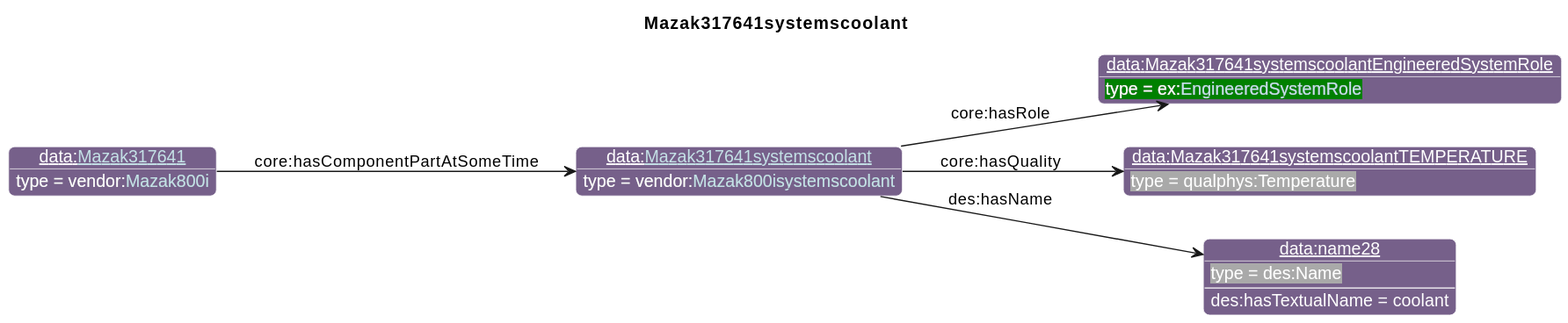
This is diagrams/Mazak317641systemscoolant.svg from iofoundry/example-syseng-mtconnect, a PlantUML export, as it was before one commit. The source it was exported from:
```plantuml
@startuml
!include ../iof.iuml

<style>
object {
  HyperlinkColor #C4E1E6
}
</style>

left to right direction
skinparam linetype polyline
title Mazak317641systemscoolant

!$default_direction = down

!$namespace_colors = { "bfo":"DFA702",
                      "iof":"1E90FF",
                      "ns":"Green",
                      "ns1":"76608A",
                      "core":"000000",
                      "ex":"Green",
                      "data":"76608A",
                      "vendor":"76608A",
                      "units":"8A2D3B",
                      "cmns-dsg":"3A0519",
                      "qp":"641B2E"
      }
individual(o0, data:[[./Mazak317641systemscoolant.html Mazak317641systemscoolant]], vendor:[[../Mazak.html#Mazak800isystemscoolant Mazak800isystemscoolant]])
individual(o1, data:Mazak317641systemscoolantEngineeredSystemRole, ex:[[../Example.html#EngineeredSystemRole EngineeredSystemRole]])
individual(o2, data:Mazak317641systemscoolantTEMPERATURE, qualphys:Temperature)
individual(o3, data:name28, des:Name)
individual(o4, data:[[./Mazak317641.html Mazak317641]], vendor:[[../Mazak.html#Mazak800i Mazak800i]])
property(o0, "core:hasRole", o1)
property(o0, "core:hasQuality", o2)
property(o0, "des:hasName", o3)
data(o3, "des:hasTextualName", "coolant")
property(o4, "core:hasComponentPartAtSomeTime", o0)
@enduml
```
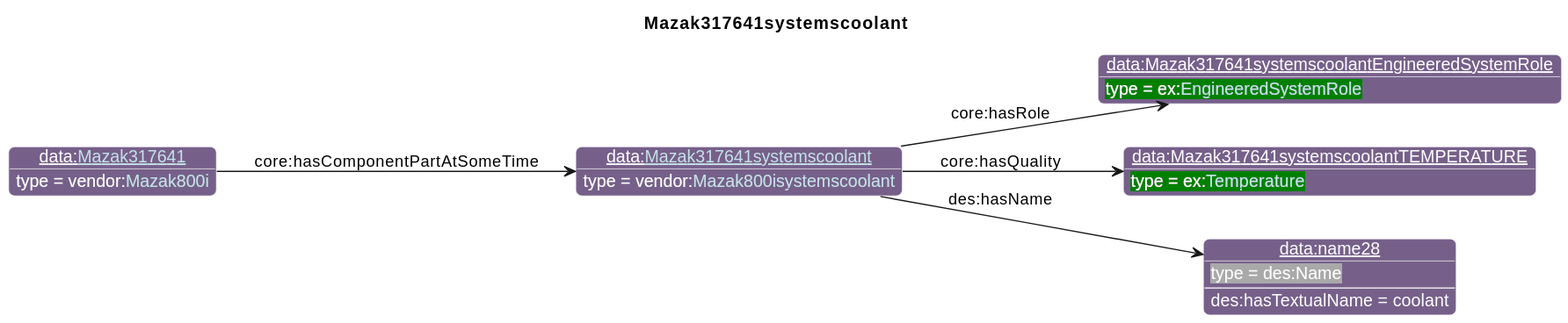
The same file after the commit.

Change to the diagram source:
```diff
@@ -27,7 +27,7 @@
       }
 individual(o0, data:[[./Mazak317641systemscoolant.html Mazak317641systemscoolant]], vendor:[[../Mazak.html#Mazak800isystemscoolant Mazak800isystemscoolant]])
 individual(o1, data:Mazak317641systemscoolantEngineeredSystemRole, ex:[[../Example.html#EngineeredSystemRole EngineeredSystemRole]])
-individual(o2, data:Mazak317641systemscoolantTEMPERATURE, qualphys:Temperature)
+individual(o2, data:Mazak317641systemscoolantTEMPERATURE, ex:[[../Example.html#Temperature Temperature]])
 individual(o3, data:name28, des:Name)
 individual(o4, data:[[./Mazak317641.html Mazak317641]], vendor:[[../Mazak.html#Mazak800i Mazak800i]])
 property(o0, "core:hasRole", o1)
```
